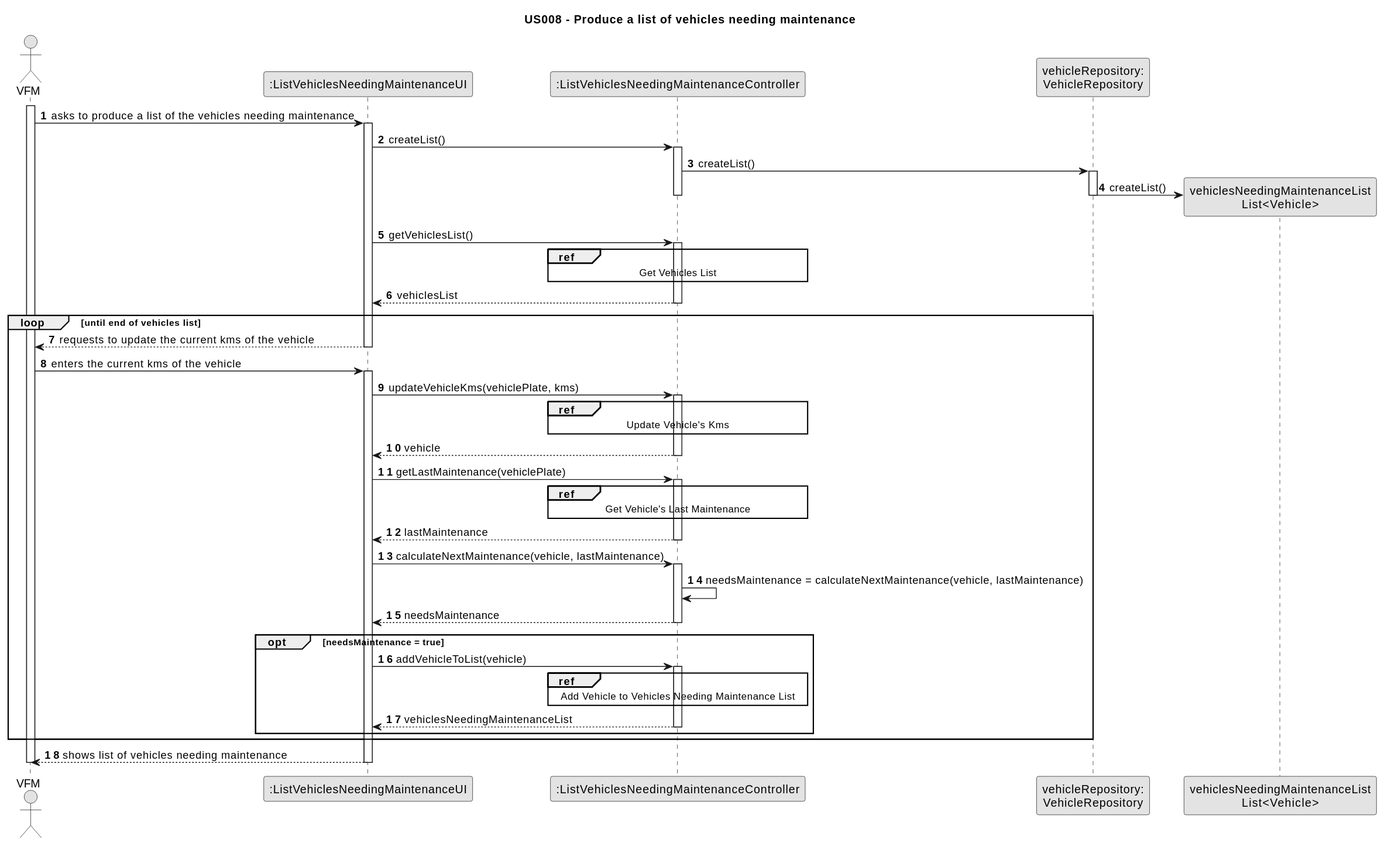
Before: docs/sprintB/us008/03.design/svg/us008-sequence-diagram-split.svg, a diagram exported from PlantUML (Departamento-de-Engenharia-Informatica/lei-24-s2-1dm-g132). Its diagram source:
```plantuml
@startuml
skinparam monochrome true
skinparam packageStyle rectangle
skinparam shadowing false

title US008 - Produce a list of vehicles needing maintenance

autonumber

actor "VFM" as Employee
participant ":ListVehiclesNeedingMaintenanceUI" as UI
participant ":ListVehiclesNeedingMaintenanceController" as CTRL
participant "vehicleRepository:\nVehicleRepository" as VehicleRepository
participant "vehiclesNeedingMaintenanceList\nList<Vehicle>" as vehiclesNeedingMaintenanceList

activate Employee

    Employee -> UI : asks to produce a list of the vehicles needing maintenance
    activate UI

    UI -> CTRL : createList()
    activate CTRL
    CTRL -> VehicleRepository : createList()
    activate VehicleRepository
    VehicleRepository -> vehiclesNeedingMaintenanceList** : createList()
    deactivate VehicleRepository
    deactivate CTRL

    UI -> CTRL : getVehiclesList()
    activate CTRL
    ref over CTRL
        Get Vehicles List
    end ref
    CTRL --> UI : vehiclesList
    deactivate CTRL

    loop until end of vehicles list
    UI --> Employee : requests to update the current kms of the vehicle
    deactivate UI
    Employee -> UI : enters the current kms of the vehicle
    activate UI
    UI -> CTRL : updateVehicleKms(vehiclePlate, kms)
    activate CTRL

    ref over CTRL
       Update Vehicle's Kms
    end ref
    CTRL --> UI : vehicle
    deactivate CTRL

    UI -> CTRL : getLastMaintenance(vehiclePlate)
    activate CTRL

    ref over CTRL
       Get Vehicle's Last Maintenance
    end ref

    CTRL --> UI : lastMaintenance
    deactivate CTRL
    UI -> CTRL : calculateNextMaintenance(vehicle, lastMaintenance)
    activate CTRL
    CTRL -> CTRL : needsMaintenance = calculateNextMaintenance(vehicle, lastMaintenance)
    CTRL --> UI : needsMaintenance
    deactivate CTRL
    opt needsMaintenance = true
        UI -> CTRL : addVehicleToList(vehicle)
        activate CTRL

        ref over CTRL
           Add Vehicle to Vehicles Needing Maintenance List
        end ref

        CTRL --> UI : vehiclesNeedingMaintenanceList
        deactivate CTRL
    end
    end

    UI --> Employee : shows list of vehicles needing maintenance
    deactivate UI

deactivate Employee
@enduml
```
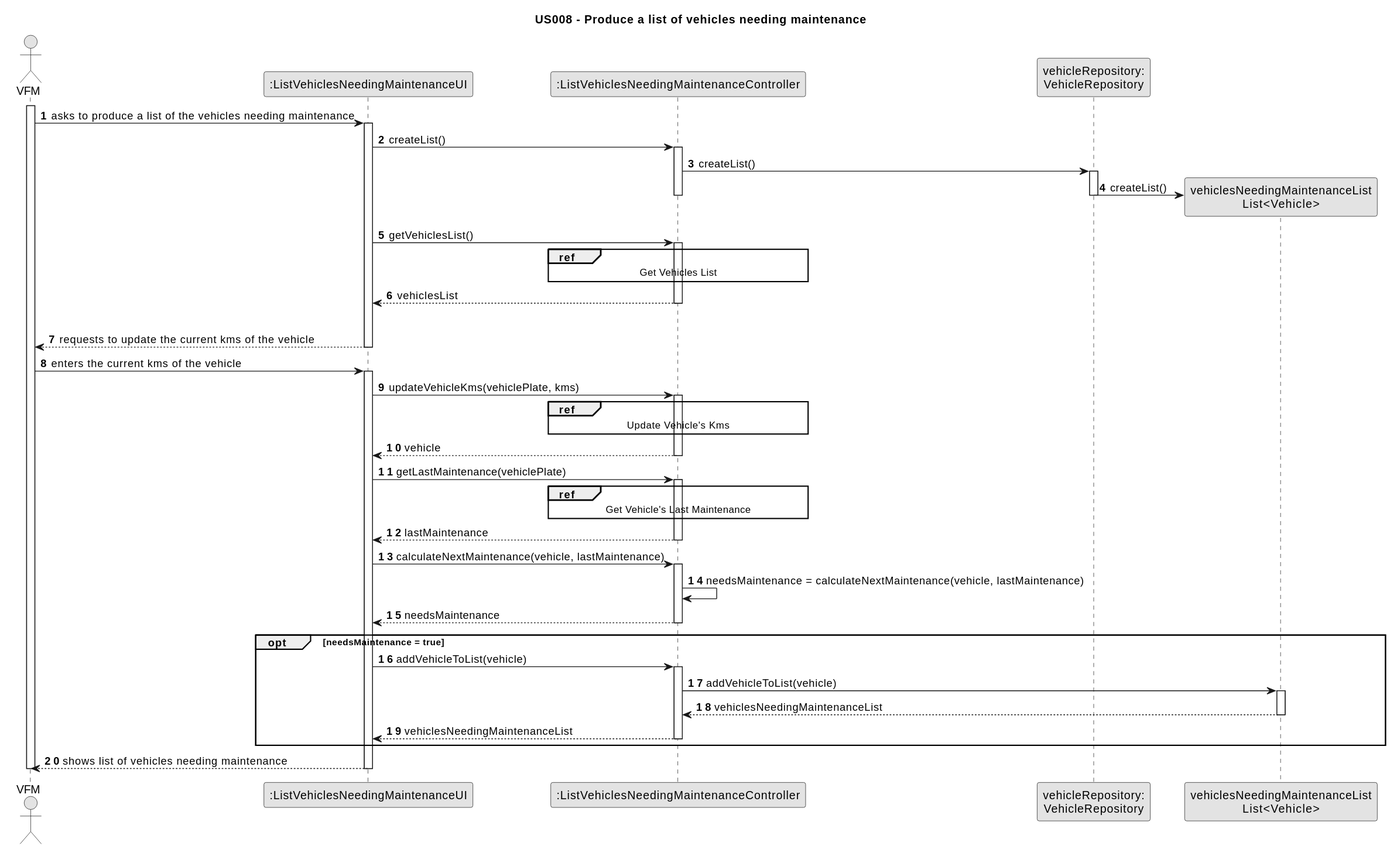
The same diagram one commit later.

Commit message:
US08 minor changes in sequence diagram split and partial

Change to the diagram source:
```diff
@@ -66,13 +66,14 @@
         UI -> CTRL : addVehicleToList(vehicle)
         activate CTRL
 
-        ref over CTRL
-           Add Vehicle to Vehicles Needing Maintenance List
-        end ref
+        CTRL -> vehiclesNeedingMaintenanceList : addVehicleToList(vehicle)
+        activate vehiclesNeedingMaintenanceList
+
+        vehiclesNeedingMaintenanceList --> CTRL : vehiclesNeedingMaintenanceList
+        deactivate vehiclesNeedingMaintenanceList
 
         CTRL --> UI : vehiclesNeedingMaintenanceList
         deactivate CTRL
-    end
     end
 
     UI --> Employee : shows list of vehicles needing maintenance
```
